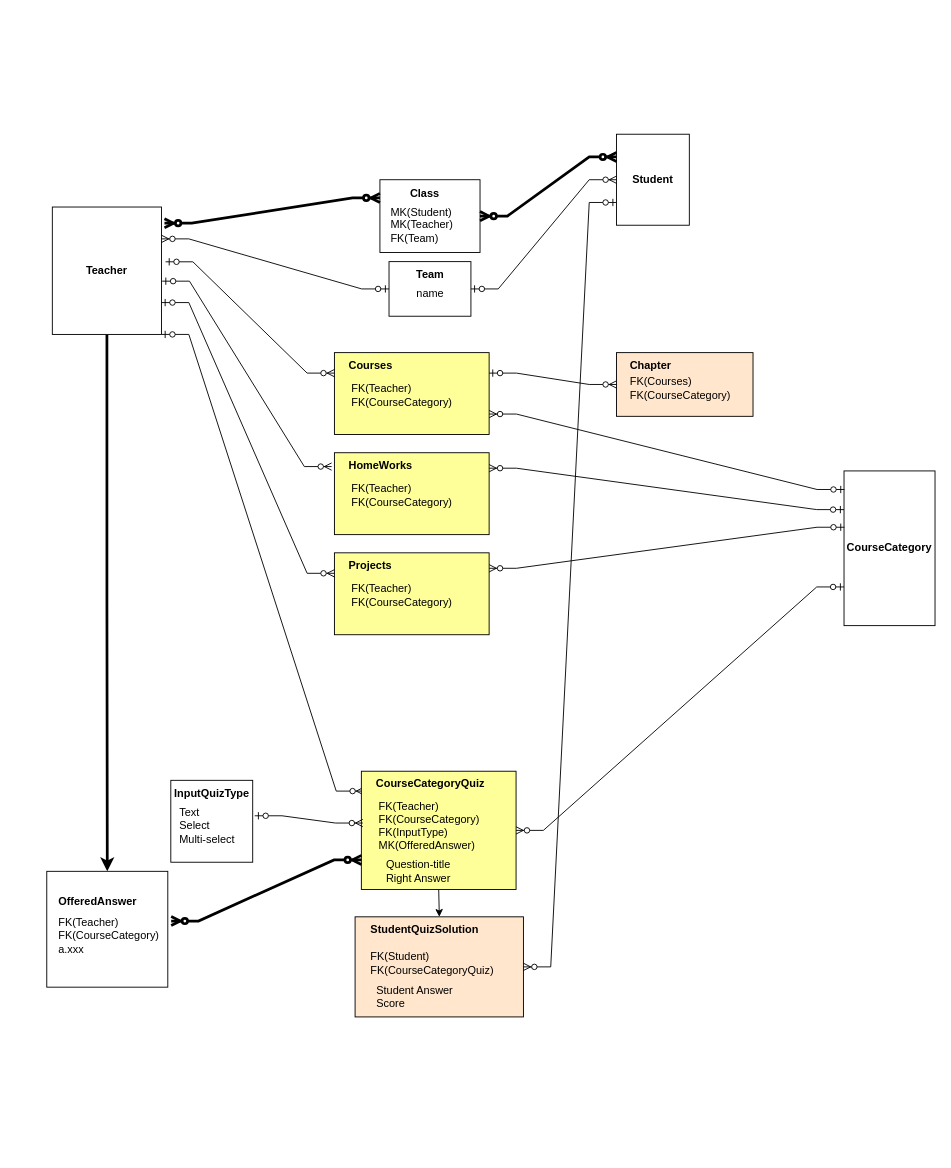
Above: page "Page-5" (5 of 5) of Question-Answer-db-schema3.drawio in mikekim-fullstack/lalasol_db_schema (draw.io), before the change. Source tidied: cells renumbered, new cells numbered last; positions are measured from the earlier drawing's top-left corner, leaving out a move shared by most shapes. Both pictures are drawn from the tidied source at 91%, with x=0, y=0 at pixel (25, 134).
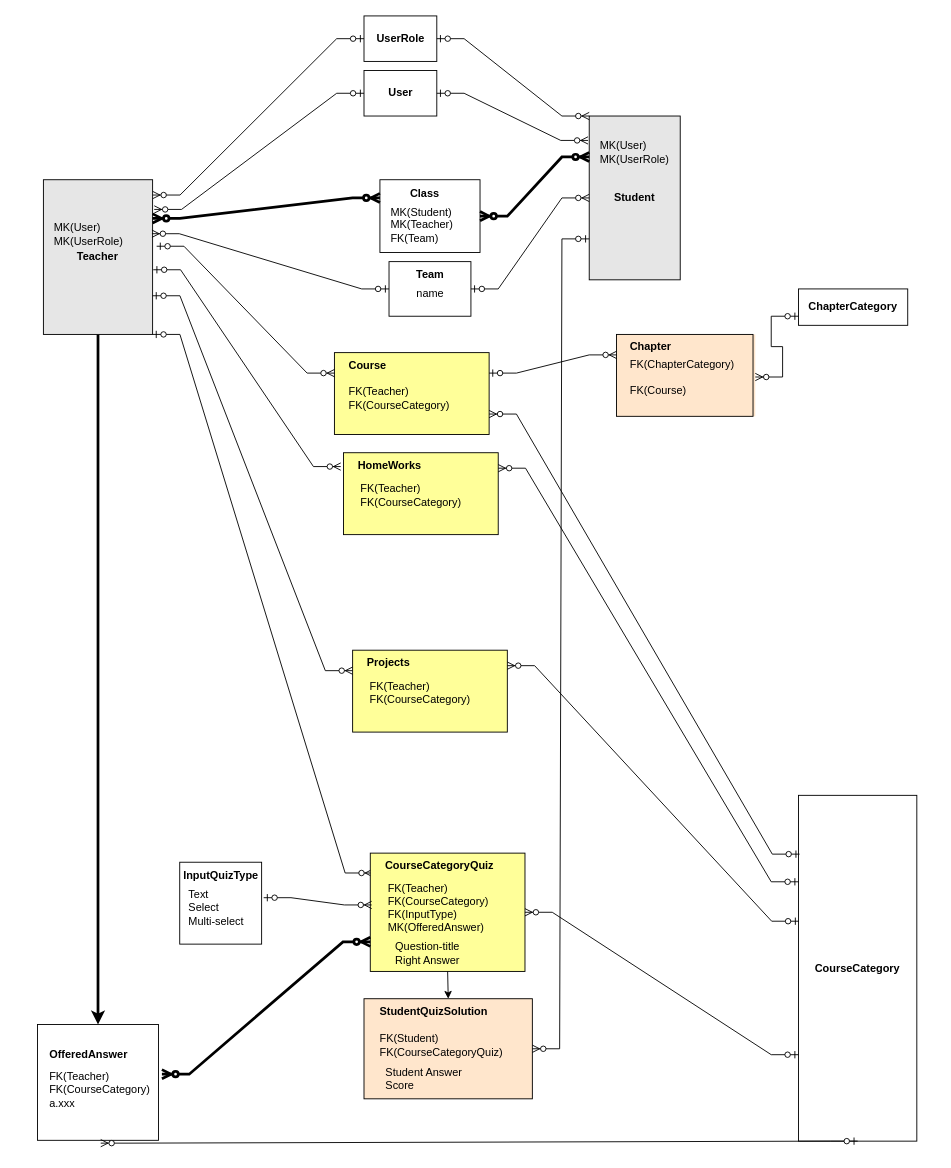
The same diagram, later.

The change refers to these unchanged cells:
```xml
<mxCell id="27" value="&lt;div&gt;&lt;br&gt;&lt;/div&gt;&lt;div&gt;FK(Teacher)&lt;/div&gt;&lt;div&gt;FK(CourseCategory)&lt;br&gt;&lt;/div&gt;&lt;div&gt;a.xxx&lt;/div&gt;&lt;div&gt;&lt;br&gt;&lt;/div&gt;&lt;div&gt;&lt;br&gt;&lt;/div&gt;" style="text;html=1;align=left;verticalAlign=middle;points=[];strokeColor=none;fillColor=none;" parent="24" vertex="1">
  <mxGeometry x="10" y="25.5" width="130" height="100" as="geometry" />
</mxCell>
<mxCell id="32" style="rounded=0;whiteSpace=wrap;html=1;" parent="31" vertex="1">
  <mxGeometry width="90" height="60" as="geometry" />
</mxCell>
<mxCell id="36" style="rounded=0;whiteSpace=wrap;html=1;" parent="35" vertex="1">
  <mxGeometry width="110" height="80" as="geometry" />
</mxCell>
<mxCell id="43" style="group;" parent="1" vertex="1">
  <mxGeometry x="340" y="240" width="171.2" height="90" as="geometry" />
</mxCell>
<mxCell id="44" style="rounded=0;whiteSpace=wrap;html=1;fillColor=#FFFF99;" parent="43" vertex="1">
  <mxGeometry width="170" height="90" as="geometry" />
</mxCell>
```

Change to the diagram source:
```diff
@@
     <mxCell id="3" style="group;" parent="1" vertex="1">
-      <mxGeometry x="369.6" y="700" width="171.2" height="130" as="geometry" />
+      <mxGeometry x="379.4" y="790" width="171.2" height="130" as="geometry" />
     </mxCell>
@@
     <mxCell id="8" style="group;fillColor=#FFE6CC;" parent="1" vertex="1">
-      <mxGeometry x="362.7" y="860" width="185" height="110" as="geometry" />
+      <mxGeometry x="372.5" y="950" width="185" height="110" as="geometry" />
     </mxCell>
@@
-    <mxCell id="15" value="Teacher" style="rounded=0;whiteSpace=wrap;html=1;fontStyle=1;" parent="1" vertex="1">
-      <mxGeometry x="30" y="80" width="120" height="140" as="geometry" />
+    <mxCell id="15" value="Teacher" style="rounded=0;whiteSpace=wrap;html=1;fontStyle=1;fillColor=#E6E6E6;" parent="1" vertex="1">
+      <mxGeometry x="20.2" y="50" width="120" height="170" as="geometry" />
     </mxCell>
     <mxCell id="16" value="CourseCategory" style="rounded=0;whiteSpace=wrap;html=1;fontStyle=1;" parent="1" vertex="1">
-      <mxGeometry x="900" y="370" width="100" height="170" as="geometry" />
+      <mxGeometry x="850" y="726.5" width="130" height="380" as="geometry" />
     </mxCell>
     <mxCell id="17" style="group;" parent="1" vertex="1">
-      <mxGeometry x="160.2" y="710" width="100" height="90" as="geometry" />
+      <mxGeometry x="170" y="800" width="100" height="90" as="geometry" />
     </mxCell>
@@
     <mxCell id="23" style="group;" parent="1" vertex="1">
-      <mxGeometry y="800" width="200.4" height="140" as="geometry" />
+      <mxGeometry x="-10.2" y="968.3" width="200.4" height="140" as="geometry" />
     </mxCell>
@@
-    <mxCell id="29" value="Student" style="rounded=0;whiteSpace=wrap;html=1;fontStyle=1;" parent="1" vertex="1">
-      <mxGeometry x="650" width="80" height="100" as="geometry" />
+    <mxCell id="29" value="Student" style="rounded=0;whiteSpace=wrap;html=1;fontStyle=1;fillColor=#E6E6E6;" parent="1" vertex="1">
+      <mxGeometry x="620" y="-20" width="100" height="180" as="geometry" />
     </mxCell>
@@
-    <mxCell id="40" style="edgeStyle=entityRelationEdgeStyle;fontSize=12;html=1;endArrow=ERzeroToMany;endFill=1;startArrow=ERzeroToMany;rounded=0;entryX=0;entryY=0.25;entryDx=0;entryDy=0;exitX=1.027;exitY=0.127;exitDx=0;exitDy=0;strokeWidth=3;exitPerimeter=0;" parent="1" edge="1" source="15" target="36">
+    <mxCell id="40" style="edgeStyle=entityRelationEdgeStyle;fontSize=12;html=1;endArrow=ERzeroToMany;endFill=1;startArrow=ERzeroToMany;rounded=0;entryX=0;entryY=0.25;entryDx=0;entryDy=0;exitX=1;exitY=0.25;exitDx=0;exitDy=0;strokeWidth=3;" parent="1" edge="1" source="15" target="36">
       <mxGeometry relative="1" as="geometry" />
     </mxCell>
-    <mxCell id="41" style="edgeStyle=entityRelationEdgeStyle;fontSize=12;html=1;endArrow=ERzeroToMany;startArrow=ERzeroToOne;rounded=0;exitX=0;exitY=0.5;exitDx=0;exitDy=0;entryX=1;entryY=0.25;entryDx=0;entryDy=0;" parent="1" edge="1" source="32" target="15">
+    <mxCell id="41" style="edgeStyle=entityRelationEdgeStyle;fontSize=12;html=1;endArrow=ERzeroToMany;startArrow=ERzeroToOne;rounded=0;exitX=0;exitY=0.5;exitDx=0;exitDy=0;entryX=0.994;entryY=0.349;entryDx=0;entryDy=0;entryPerimeter=0;" parent="1" edge="1" source="32" target="15">
       <mxGeometry relative="1" as="geometry" />
     </mxCell>
@@
     <mxCell id="45" value="&lt;div&gt;FK(Teacher)&lt;/div&gt;&lt;div&gt;FK(CourseCategory)&lt;br&gt;&lt;/div&gt;" style="text;html=1;align=left;verticalAlign=middle;strokeColor=none;fillColor=none;" parent="43" vertex="1">
-      <mxGeometry x="17.1" y="27.4" width="130" height="40" as="geometry" />
+      <mxGeometry x="14.2" y="30" width="130" height="40" as="geometry" />
     </mxCell>
-    <mxCell id="46" value="Courses" style="text;whiteSpace=wrap;html=1;fontStyle=1;" parent="43" vertex="1">
+    <mxCell id="46" value="Course" style="text;whiteSpace=wrap;html=1;fontStyle=1;" parent="43" vertex="1">
       <mxGeometry x="14.2" width="155.8" height="17" as="geometry" />
     </mxCell>
@@
     <mxCell id="48" style="group;" parent="1" vertex="1">
-      <mxGeometry x="340" y="350" width="171.2" height="90" as="geometry" />
+      <mxGeometry x="350" y="350" width="171.2" height="90" as="geometry" />
     </mxCell>
@@
     <mxCell id="52" style="group;" parent="1" vertex="1">
-      <mxGeometry x="340" y="460" width="171.2" height="90" as="geometry" />
+      <mxGeometry x="360" y="567" width="171.2" height="90" as="geometry" />
     </mxCell>
@@
     <mxCell id="58" style="group;fillColor=#FFE6CC;" parent="1" vertex="1">
-      <mxGeometry x="650" y="240" width="150" height="70" as="geometry" />
+      <mxGeometry x="650" y="220" width="152.5" height="90" as="geometry" />
     </mxCell>
     <mxCell id="59" style="rounded=0;whiteSpace=wrap;html=1;fillColor=#FFE6CC;" parent="58" vertex="1">
-      <mxGeometry width="150" height="70" as="geometry" />
+      <mxGeometry width="150" height="90" as="geometry" />
     </mxCell>
-    <mxCell id="60" value="&lt;div&gt;FK(Courses)&lt;/div&gt;&lt;div&gt;FK(CourseCategory)&lt;br&gt;&lt;/div&gt;" style="text;html=1;align=left;verticalAlign=middle;points=[];strokeColor=none;fillColor=none;" parent="58" vertex="1">
-      <mxGeometry x="12.5" y="19.4" width="130" height="40" as="geometry" />
+    <mxCell id="60" value="&lt;div&gt;FK(ChapterCategory)&lt;/div&gt;&lt;div&gt;&lt;br&gt;&lt;/div&gt;FK(Course)" style="text;html=1;align=left;verticalAlign=middle;points=[];strokeColor=none;fillColor=none;" parent="58" vertex="1">
+      <mxGeometry x="12.5" y="16.8" width="140" height="60" as="geometry" />
     </mxCell>
     <mxCell id="61" value="Chapter" style="text;whiteSpace=wrap;html=1;fontStyle=1;" parent="58" vertex="1">
-      <mxGeometry x="12.5" width="137.5" height="19.1" as="geometry" />
+      <mxGeometry x="12.5" width="137.5" height="24.5" as="geometry" />
     </mxCell>
-    <mxCell id="62" style="edgeStyle=entityRelationEdgeStyle;fontSize=12;html=1;endArrow=ERzeroToMany;startArrow=ERzeroToOne;rounded=0;exitX=1;exitY=0.25;exitDx=0;exitDy=0;entryX=0;entryY=0.5;entryDx=0;entryDy=0;" parent="1" edge="1" source="44" target="59">
-      <mxGeometry relative="1" as="geometry" />
-    </mxCell>
@@
-    <mxCell id="66" style="edgeStyle=entityRelationEdgeStyle;fontSize=12;html=1;endArrow=ERzeroToMany;startArrow=ERzeroToOne;rounded=0;strokeWidth=1;exitX=0.004;exitY=0.12;exitDx=0;exitDy=0;entryX=1;entryY=0.75;entryDx=0;entryDy=0;exitPerimeter=0;" parent="1" edge="1" source="16" target="44">
+    <mxCell id="66" style="edgeStyle=entityRelationEdgeStyle;fontSize=12;html=1;endArrow=ERzeroToMany;startArrow=ERzeroToOne;rounded=0;strokeWidth=1;exitX=0.009;exitY=0.17;exitDx=0;exitDy=0;entryX=1;entryY=0.75;entryDx=0;entryDy=0;exitPerimeter=0;" parent="1" edge="1" source="16" target="44">
       <mxGeometry relative="1" as="geometry" />
     </mxCell>
+    <mxCell id="67" style="edgeStyle=entityRelationEdgeStyle;fontSize=12;html=1;endArrow=ERzeroToMany;startArrow=ERzeroToOne;rounded=0;entryX=0.446;entryY=1.022;entryDx=0;entryDy=0;exitX=0.5;exitY=1;exitDx=0;exitDy=0;entryPerimeter=0;" parent="1" edge="1" source="16" target="27">
+      <mxGeometry relative="1" as="geometry" />
+    </mxCell>
+    <mxCell id="68" value="ChapterCategory" style="rounded=0;whiteSpace=wrap;html=1;fontStyle=1;" parent="1" vertex="1">
+      <mxGeometry x="850" y="170" width="120" height="40" as="geometry" />
+    </mxCell>
+    <mxCell id="69" style="edgeStyle=entityRelationEdgeStyle;fontSize=12;html=1;endArrow=ERzeroToMany;startArrow=ERzeroToOne;rounded=0;strokeWidth=1;exitX=0;exitY=0.75;exitDx=0;exitDy=0;" parent="1" edge="1" source="68" target="60">
+      <mxGeometry relative="1" as="geometry" />
+    </mxCell>
+    <mxCell id="62" style="edgeStyle=entityRelationEdgeStyle;fontSize=12;html=1;endArrow=ERzeroToMany;startArrow=ERzeroToOne;rounded=0;exitX=1;exitY=0.25;exitDx=0;exitDy=0;entryX=0;entryY=0.25;entryDx=0;entryDy=0;" parent="1" edge="1" source="44" target="59">
+      <mxGeometry relative="1" as="geometry" />
+    </mxCell>
+    <mxCell id="70" value="User" style="rounded=0;whiteSpace=wrap;html=1;fontStyle=1;" parent="1" vertex="1">
+      <mxGeometry x="372.5" y="-70" width="80" height="50" as="geometry" />
+    </mxCell>
+    <mxCell id="71" value="UserRole" style="rounded=0;whiteSpace=wrap;html=1;fontStyle=1;" parent="1" vertex="1">
+      <mxGeometry x="372.5" y="-130" width="80" height="50" as="geometry" />
+    </mxCell>
+    <mxCell id="72" value="&lt;div&gt;MK(User)&lt;/div&gt;&lt;div&gt;MK(UserRole)&lt;br&gt;&lt;/div&gt;" style="text;html=1;align=left;verticalAlign=middle;strokeColor=none;fillColor=none;" parent="1" vertex="1">
+      <mxGeometry x="30.2" y="90" width="100" height="40" as="geometry" />
+    </mxCell>
+    <mxCell id="73" value="&lt;div&gt;MK(User)&lt;/div&gt;&lt;div&gt;MK(UserRole)&lt;br&gt;&lt;/div&gt;" style="text;html=1;align=left;verticalAlign=middle;strokeColor=none;fillColor=none;" parent="1" vertex="1">
+      <mxGeometry x="630" width="100" height="40" as="geometry" />
+    </mxCell>
+    <mxCell id="74" style="edgeStyle=entityRelationEdgeStyle;fontSize=12;html=1;endArrow=ERzeroToMany;startArrow=ERzeroToOne;rounded=0;exitX=0;exitY=0.5;exitDx=0;exitDy=0;entryX=1.001;entryY=0.099;entryDx=0;entryDy=0;entryPerimeter=0;" parent="1" edge="1" source="71" target="15">
+      <mxGeometry relative="1" as="geometry" />
+    </mxCell>
+    <mxCell id="75" style="edgeStyle=entityRelationEdgeStyle;fontSize=12;html=1;endArrow=ERzeroToMany;startArrow=ERzeroToOne;rounded=0;exitX=0;exitY=0.5;exitDx=0;exitDy=0;entryX=1.015;entryY=0.192;entryDx=0;entryDy=0;entryPerimeter=0;" parent="1" edge="1" source="70" target="15">
+      <mxGeometry relative="1" as="geometry" />
+    </mxCell>
+    <mxCell id="76" style="edgeStyle=entityRelationEdgeStyle;fontSize=12;html=1;endArrow=ERzeroToMany;startArrow=ERzeroToOne;rounded=0;exitX=1;exitY=0.5;exitDx=0;exitDy=0;entryX=0;entryY=0;entryDx=0;entryDy=0;" parent="1" edge="1" source="71" target="29">
+      <mxGeometry relative="1" as="geometry" />
+    </mxCell>
+    <mxCell id="77" style="edgeStyle=entityRelationEdgeStyle;fontSize=12;html=1;endArrow=ERzeroToMany;startArrow=ERzeroToOne;rounded=0;exitX=1;exitY=0.5;exitDx=0;exitDy=0;entryX=-0.013;entryY=0.149;entryDx=0;entryDy=0;entryPerimeter=0;" parent="1" edge="1" source="70" target="29">
+      <mxGeometry relative="1" as="geometry" />
+    </mxCell>
```
